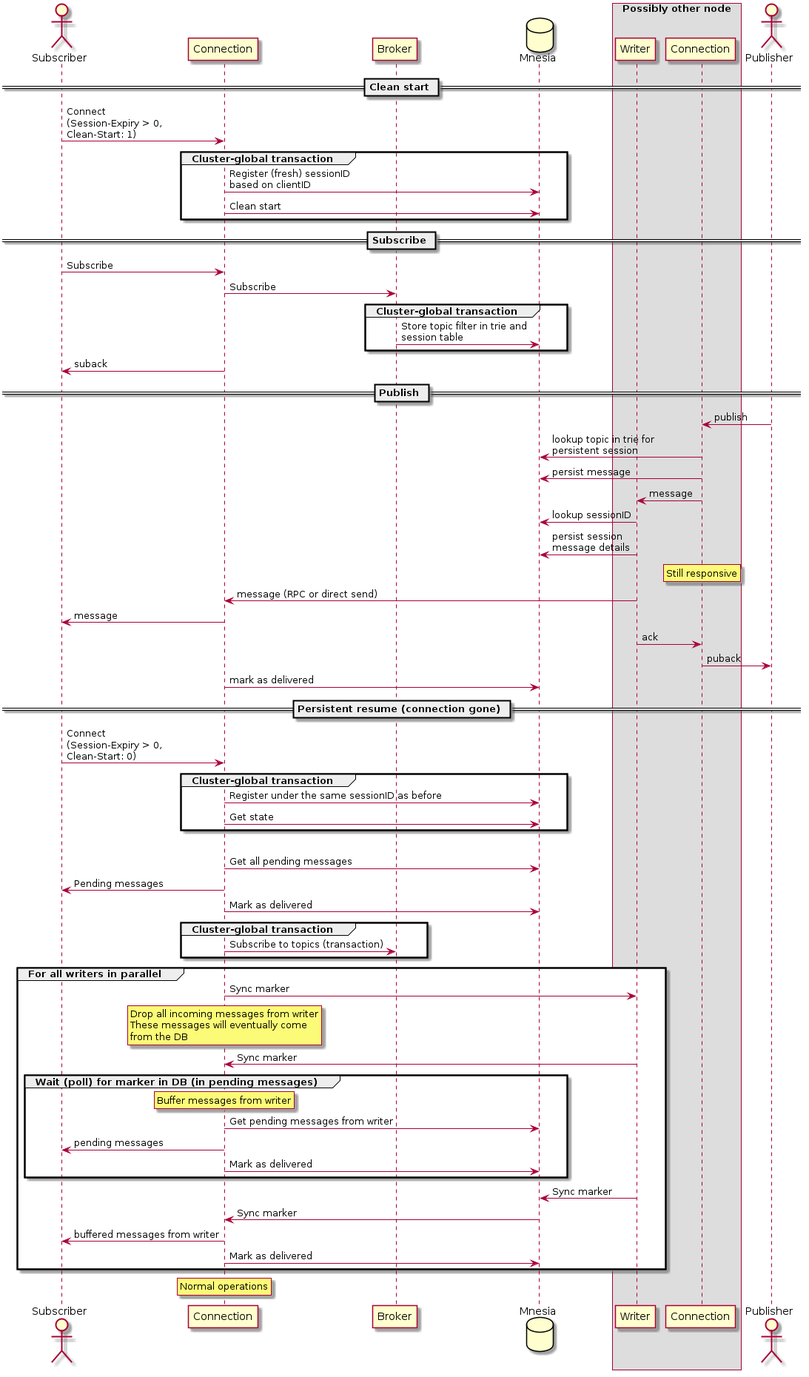
The PlantUML diagram active/0011-assets/flows.png in emqx/eip, before a commit.
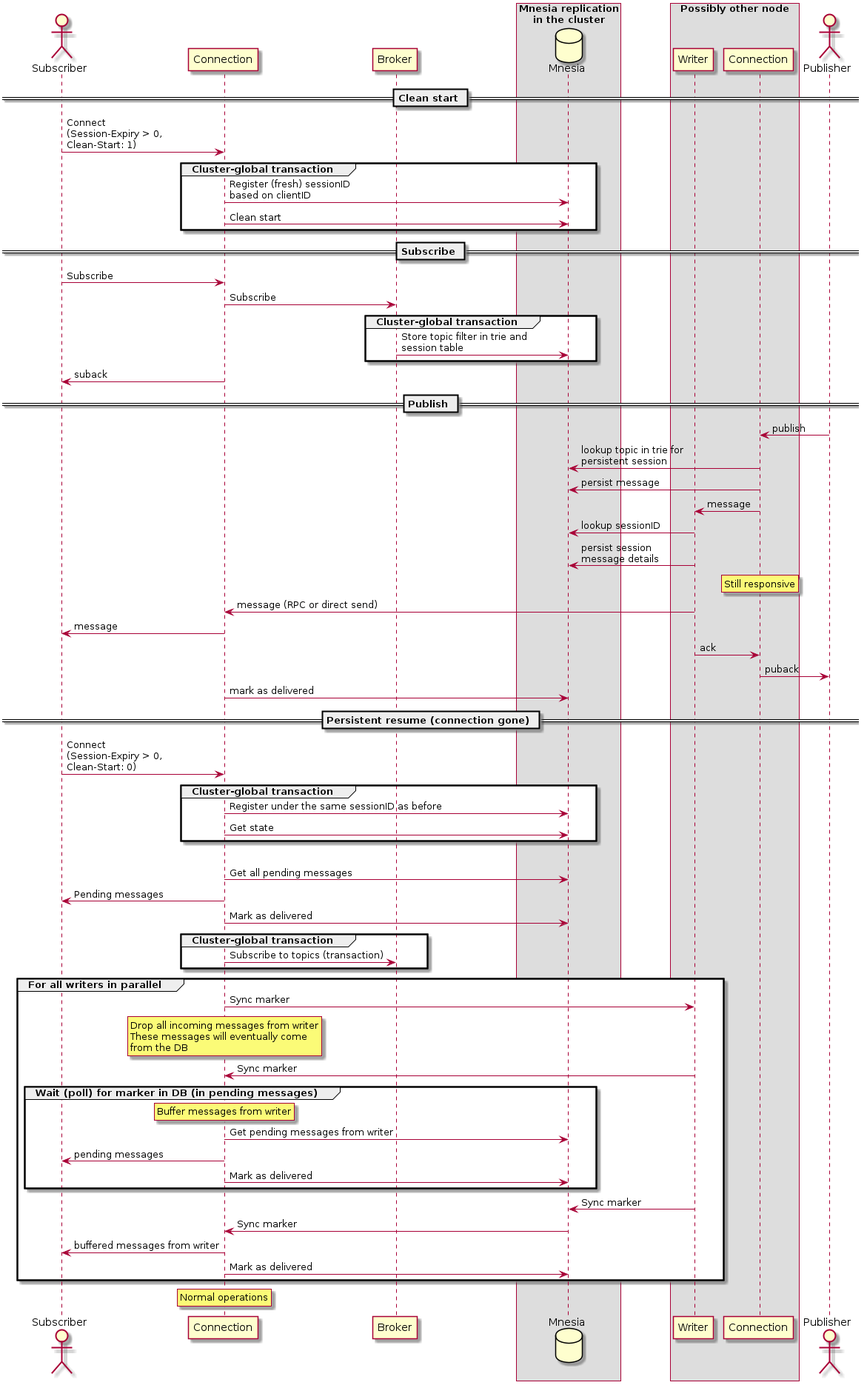
After the commit.

The edit, as a diff of the source:
```diff
@@ -3,7 +3,9 @@
 actor Subscriber as sub
 participant Connection as subcon
 participant Broker as broker
-database Mnesia as mnesia
+box "Mnesia replication\nin the cluster"
+  database Mnesia as mnesia
+end box
 box "Possibly other node"
   participant Writer as writer
   participant Connection as pubcon
```
